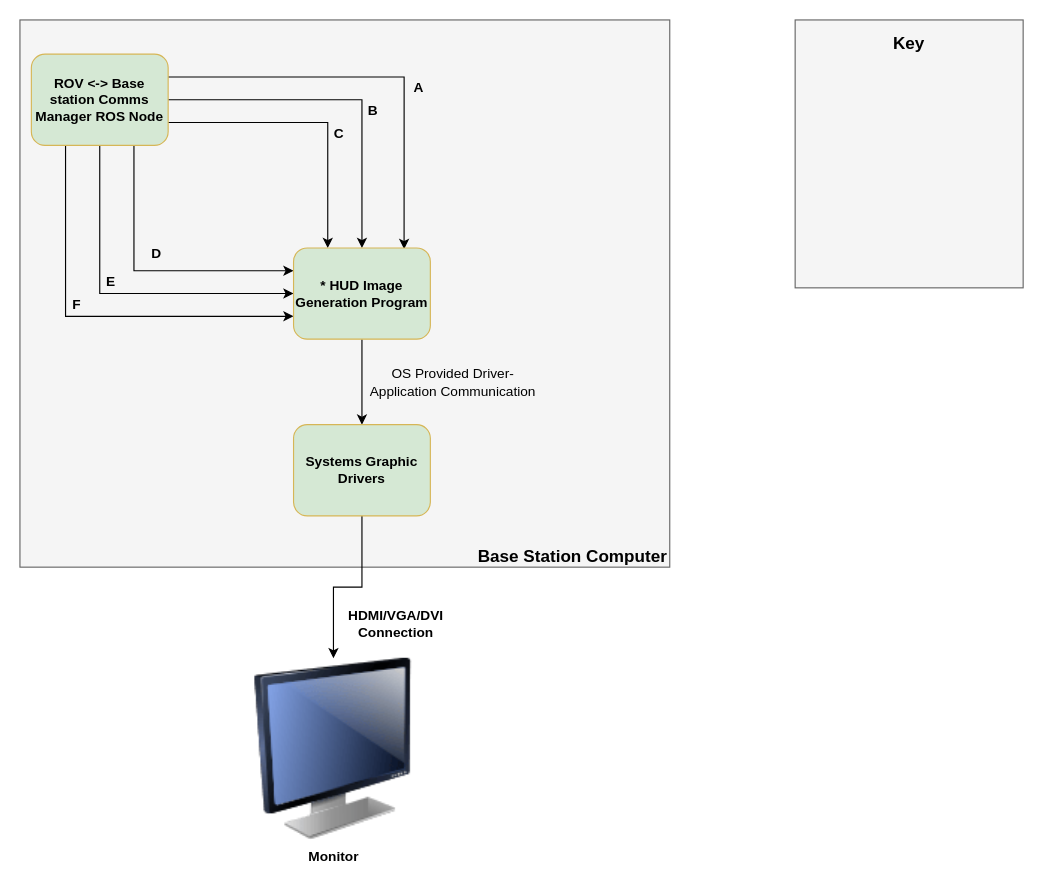
This is docs/architecture/HUD_GUI_Manager.drawio from sherrardTr4129/RIT-MSD-Finger-Lakes-ROV, a draw.io file, before an edit. Source tidied: cells renumbered, new cells numbered last; positions are measured from the earlier drawing's top-left corner, leaving out a move shared by most shapes. Both pictures are drawn from the tidied source at 114%, with x=0, y=0 at pixel (19, 19).
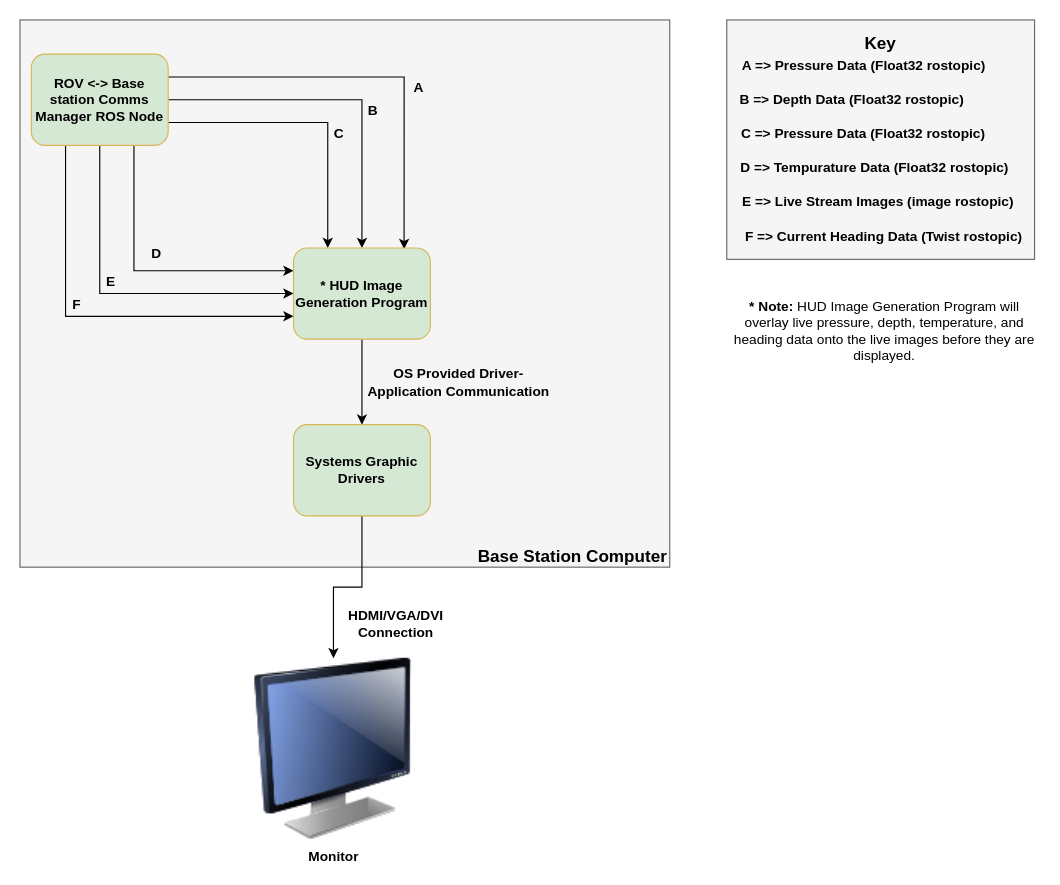
The same page after the edit.

Change to the diagram source:
```diff
@@
     <mxCell id="2" style="rounded=0;whiteSpace=wrap;html=1;fillColor=#f5f5f5;strokeColor=#666666;fontColor=#333333;" parent="1" vertex="1">
-      <mxGeometry x="680" width="200" height="235" as="geometry" />
+      <mxGeometry x="620" width="270" height="210" as="geometry" />
     </mxCell>
@@
     <mxCell id="20" value="&lt;b style=&quot;font-size: 15px&quot;&gt;Key&lt;/b&gt;" style="text;html=1;strokeColor=none;fillColor=none;align=center;verticalAlign=middle;whiteSpace=wrap;rounded=0;" parent="1" vertex="1">
-      <mxGeometry x="760" y="10" width="40" height="20" as="geometry" />
+      <mxGeometry x="735" y="10" width="40" height="20" as="geometry" />
     </mxCell>
@@
-    <mxCell id="24" value="OS Provided Driver-Application Communication&lt;br&gt;" style="text;html=1;strokeColor=none;fillColor=none;align=center;verticalAlign=middle;whiteSpace=wrap;rounded=0;" parent="1" vertex="1">
-      <mxGeometry x="300" y="307.5" width="160" height="20" as="geometry" />
+    <mxCell id="24" value="OS Provided Driver-Application Communication&lt;br&gt;" style="text;html=1;strokeColor=none;fillColor=none;align=center;verticalAlign=middle;whiteSpace=wrap;rounded=0;fontStyle=1;" parent="1" vertex="1">
+      <mxGeometry x="300" y="308" width="170" height="20" as="geometry" />
     </mxCell>
@@
+    <mxCell id="26" value="&lt;b&gt;A =&amp;gt; Pressure Data (Float32 rostopic)&lt;/b&gt;" style="text;html=1;strokeColor=none;fillColor=none;align=center;verticalAlign=middle;whiteSpace=wrap;rounded=0;" parent="1" vertex="1">
+      <mxGeometry x="617.5" y="30" width="245" height="20" as="geometry" />
+    </mxCell>
+    <mxCell id="27" value="&lt;b&gt;B =&amp;gt; Depth Data (Float32 rostopic)&lt;/b&gt;" style="text;html=1;strokeColor=none;fillColor=none;align=center;verticalAlign=middle;whiteSpace=wrap;rounded=0;" parent="1" vertex="1">
+      <mxGeometry x="620" y="60" width="220" height="20" as="geometry" />
+    </mxCell>
+    <mxCell id="28" value="&lt;b&gt;C =&amp;gt; Pressure Data (Float32 rostopic)&lt;/b&gt;" style="text;html=1;strokeColor=none;fillColor=none;align=center;verticalAlign=middle;whiteSpace=wrap;rounded=0;" parent="1" vertex="1">
+      <mxGeometry x="625" y="90" width="230" height="20" as="geometry" />
+    </mxCell>
+    <mxCell id="29" value="&lt;b&gt;D =&amp;gt; Tempurature Data (Float32 rostopic)&lt;/b&gt;" style="text;html=1;strokeColor=none;fillColor=none;align=center;verticalAlign=middle;whiteSpace=wrap;rounded=0;" parent="1" vertex="1">
+      <mxGeometry x="625" y="120" width="250" height="20" as="geometry" />
+    </mxCell>
+    <mxCell id="30" value="&lt;b&gt;E =&amp;gt; Live Stream Images (image rostopic)&lt;/b&gt;" style="text;html=1;strokeColor=none;fillColor=none;align=center;verticalAlign=middle;whiteSpace=wrap;rounded=0;" parent="1" vertex="1">
+      <mxGeometry x="618" y="150" width="270" height="20" as="geometry" />
+    </mxCell>
+    <mxCell id="31" value="&lt;b&gt;F =&amp;gt; Current Heading Data (Twist rostopic)&lt;/b&gt;" style="text;html=1;strokeColor=none;fillColor=none;align=center;verticalAlign=middle;whiteSpace=wrap;rounded=0;" parent="1" vertex="1">
+      <mxGeometry x="628" y="180" width="260" height="20" as="geometry" />
+    </mxCell>
+    <mxCell id="32" value="&lt;b&gt;* Note:&lt;/b&gt; HUD Image Generation Program will overlay live pressure, depth, temperature, and heading data onto the live images before they are displayed." style="text;html=1;strokeColor=none;fillColor=none;align=center;verticalAlign=middle;whiteSpace=wrap;rounded=0;" parent="1" vertex="1">
+      <mxGeometry x="620.5" y="237.5" width="275" height="70" as="geometry" />
+    </mxCell>
```
